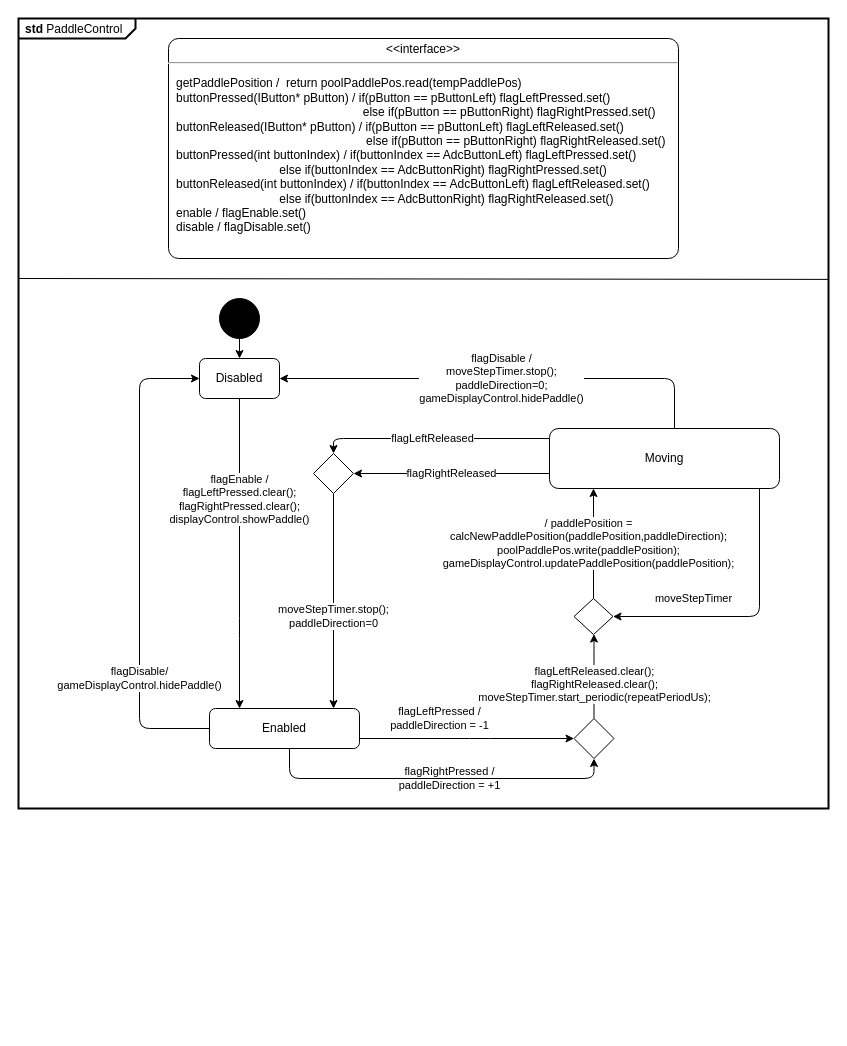
This is page "STD-PaddleControl" (8 of 19) of apps/pong_super/models/pong_dg_adv.drawio from nepbuur1/test_lasergame_2_rework_CleanGUI_godmode, a draw.io file, before an edit. Source tidied: cells renumbered, new cells numbered last; positions are measured from the earlier drawing's top-left corner, leaving out a move shared by most shapes. Both pictures are drawn from the tidied source at 100%, with x=0, y=0 at pixel (18, 18).
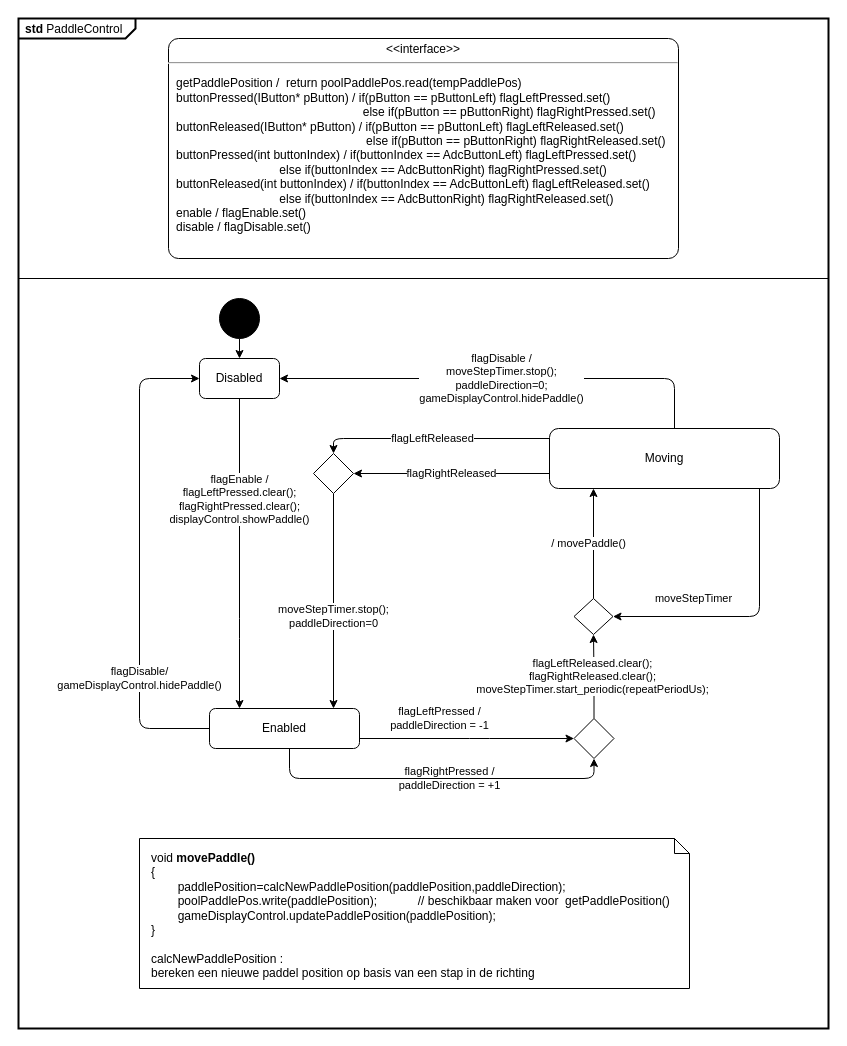
Above is the later version.

Unchanged cells that the change refers to:
```xml
<mxCell id="12" style="rhombus;whiteSpace=wrap;html=1;" parent="1" vertex="1">
  <mxGeometry x="555.5" y="700" width="40" height="40" as="geometry" />
</mxCell>
<mxCell id="21" style="rhombus;whiteSpace=wrap;html=1;" parent="1" vertex="1">
  <mxGeometry x="555.5" y="580" width="39" height="36" as="geometry" />
</mxCell>
<mxCell id="22" value="Moving" style="rounded=1;whiteSpace=wrap;html=1;" parent="1" vertex="1">
  <mxGeometry x="531" y="410" width="230" height="60" as="geometry" />
</mxCell>
```

Change to the diagram source:
```diff
@@
     <mxCell id="2" value="&lt;p style=&quot;margin:0px;margin-top:4px;margin-left:7px;text-align:left;&quot;&gt;&lt;b&gt;std&lt;/b&gt;  PaddleControl&lt;/p&gt;" style="html=1;shape=mxgraph.sysml.package;overflow=fill;labelX=117.33;strokeWidth=2;align=center;" parent="1" vertex="1">
-      <mxGeometry width="810" height="790" as="geometry" />
+      <mxGeometry width="810" height="1010" as="geometry" />
     </mxCell>
@@
     <mxCell id="11" value="&lt;div&gt;&lt;span style=&quot;background-color: light-dark(#ffffff, var(--ge-dark-color, #121212)); color: light-dark(rgb(0, 0, 0), rgb(255, 255, 255));&quot;&gt;flagLeftReleased.clear();&lt;/span&gt;&lt;/div&gt;&lt;div&gt;flagRightReleased.clear();&lt;/div&gt;&lt;div&gt;moveStepTimer.start_periodic(repeatPeriodUs);&lt;/div&gt;" style="edgeStyle=orthogonalEdgeStyle;rounded=1;jettySize=auto;html=1;curved=0;" parent="1" edge="1" source="12" target="21">
-      <mxGeometry x="-0.19" y="-1" relative="1" as="geometry">
-        <Array as="points">
-          <mxPoint x="575.5" y="620" />
-          <mxPoint x="576" y="660" />
-        </Array>
+      <mxGeometry x="0.01" relative="1" as="geometry">
         <mxPoint x="-1" as="offset" />
       </mxGeometry>
     </mxCell>
@@
-    <mxCell id="20" value="/ paddlePosition =&lt;br&gt;calcNewPaddlePosition(paddlePosition,paddleDirection);&lt;br&gt;&lt;div&gt;poolPaddlePos.write(paddlePosition);&lt;br&gt;gameDisplayControl.updatePaddlePosition(paddlePosition);&lt;br&gt;&lt;/div&gt;" style="edgeStyle=orthogonalEdgeStyle;rounded=1;jettySize=auto;html=1;curved=0;" parent="1" edge="1" source="21" target="22">
+    <mxCell id="20" value="/ m&lt;span style=&quot;background-color: light-dark(#ffffff, var(--ge-dark-color, #121212)); color: light-dark(rgb(0, 0, 0), rgb(255, 255, 255));&quot;&gt;ovePaddle()&lt;/span&gt;" style="edgeStyle=orthogonalEdgeStyle;rounded=1;jettySize=auto;html=1;curved=0;" parent="1" edge="1" source="21" target="22">
       <mxGeometry y="5" relative="1" as="geometry">
         <Array as="points">
           <mxPoint x="561" y="608" />
         </Array>
       </mxGeometry>
     </mxCell>
@@
-    <mxCell id="23" style="endArrow=none;html=1;rounded=1;" parent="1" edge="1">
-      <mxGeometry relative="1" as="geometry">
-        <mxPoint y="260" as="sourcePoint" />
-        <mxPoint x="810" y="260.9" as="targetPoint" />
-      </mxGeometry>
-    </mxCell>
+    <mxCell id="24" value="&lt;div&gt;&lt;span style=&quot;white-space: normal;&quot;&gt;void &lt;b&gt;movePaddle()&lt;/b&gt;&lt;/span&gt;&lt;/div&gt;&lt;div&gt;&lt;span style=&quot;white-space: normal;&quot;&gt;{&lt;/span&gt;&lt;/div&gt;&lt;div&gt;&lt;span style=&quot;white-space: normal;&quot;&gt;&lt;span style=&quot;white-space:pre&quot;&gt;&#9;&lt;/span&gt;paddlePosition=calcNewPaddlePosition(paddlePosition,paddleDirection);&lt;/span&gt;&lt;/div&gt;&lt;div&gt;&lt;span style=&quot;white-space: normal;&quot;&gt;&lt;span style=&quot;white-space:pre&quot;&gt;&#9;&lt;/span&gt;poolPaddlePos.write(paddlePosition);&lt;span style=&quot;white-space:pre&quot;&gt;&#9;&#9;&lt;/span&gt;// beschikbaar maken voor&amp;nbsp; getPaddlePosition()&lt;/span&gt;&lt;/div&gt;&lt;div&gt;&lt;span style=&quot;white-space: normal;&quot;&gt;&lt;span style=&quot;white-space:pre&quot;&gt;&#9;&lt;/span&gt;gameDisplayControl.updatePaddlePosition(paddlePosition);&lt;/span&gt;&lt;/div&gt;&lt;div&gt;&lt;span style=&quot;white-space: normal;&quot;&gt;}&lt;/span&gt;&lt;/div&gt;&lt;div&gt;&lt;span style=&quot;white-space: normal;&quot;&gt;&lt;br&gt;&lt;/span&gt;&lt;/div&gt;&lt;div&gt;calcNewPaddlePosition :&lt;br&gt;bereken een nieuwe paddel position op basis van een stap in de richting&lt;br&gt;&lt;br&gt;&lt;br&gt;&lt;/div&gt;" style="shape=note;size=15;align=left;verticalAlign=top;spacingLeft=10;spacingTop=6;html=1;whiteSpace=wrap;" parent="1" vertex="1">
+      <mxGeometry x="121" y="820" width="550" height="150" as="geometry" />
+    </mxCell>
+    <mxCell id="25" style="line;strokeWidth=1;fillColor=none;align=left;verticalAlign=middle;spacingTop=-1;spacingLeft=3;spacingRight=3;labelPosition=right;" parent="1" vertex="1">
+      <mxGeometry y="256" width="810" height="8" as="geometry" />
+    </mxCell>
```
